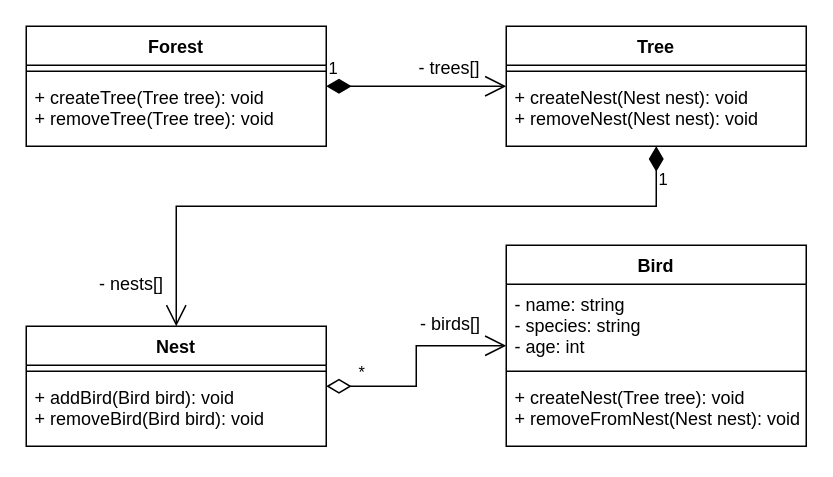
Earlier version of the draw.io diagram 07-AggregationAndComposition/12/ForestTreeNestBird.drawio (konradkubczyk/pp3). Source tidied: cells renumbered, new cells numbered last; positions are measured from the earlier drawing's top-left corner, leaving out a move shared by most shapes. Both pictures are drawn from the tidied source at 150%, with x=0, y=0 at pixel (26, 26).
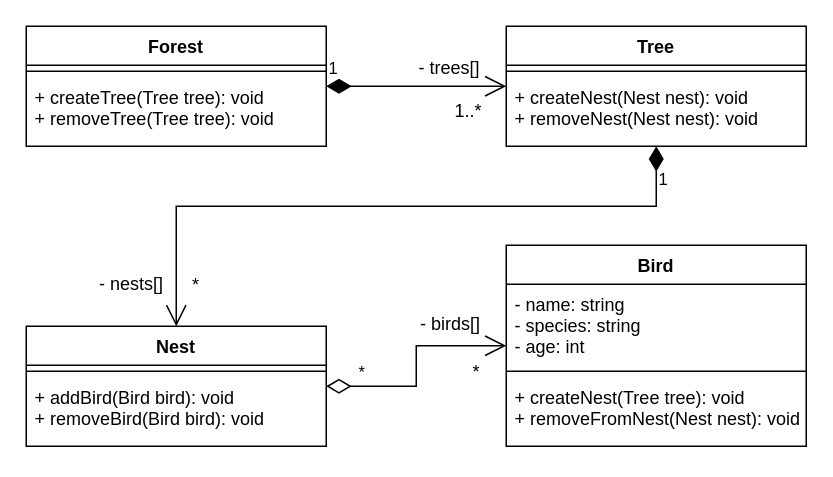
After the change.

Commit message (it also covers changes not shown here):
Add multiplicity to the diagram

What changed in the source:
```diff
@@
+    <mxCell id="21" value="1..*" style="text;strokeColor=none;fillColor=none;align=left;verticalAlign=top;spacingLeft=4;spacingRight=4;overflow=hidden;" parent="1" vertex="1">
+      <mxGeometry x="280" y="43" width="30" height="26" as="geometry" />
+    </mxCell>
+    <mxCell id="22" value="*" style="text;strokeColor=none;fillColor=none;align=left;verticalAlign=top;spacingLeft=4;spacingRight=4;overflow=hidden;" parent="1" vertex="1">
+      <mxGeometry x="105" y="159" width="25" height="26" as="geometry" />
+    </mxCell>
+    <mxCell id="23" value="*" style="text;strokeColor=none;fillColor=none;align=left;verticalAlign=top;spacingLeft=4;spacingRight=4;overflow=hidden;" parent="1" vertex="1">
+      <mxGeometry x="292" y="217" width="20" height="26" as="geometry" />
+    </mxCell>
```
